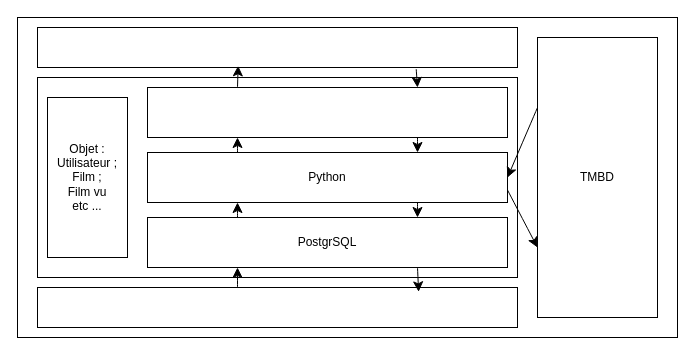
leolrl/Projet2A keeps this draw.io diagram as doc/DiagrammeDeCouche.drawio. Above is the earlier version. Source tidied: cells renumbered, new cells numbered last; positions are measured from the earlier drawing's top-left corner, leaving out a move shared by most shapes. Both pictures are drawn from the tidied source at 100%, with x=0, y=0 at pixel (17, 17).
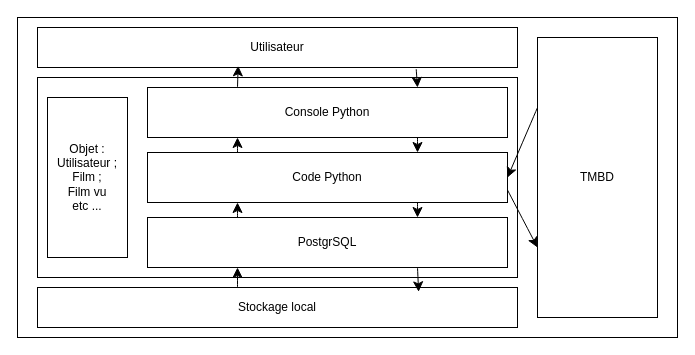
Above is the later version.

Commit message (it also covers changes not shown here):
Mettre à jour DiagrammeDeCouche.drawio

What changed in the source:
```diff
@@
-    <mxCell id="4" style="rounded=0;whiteSpace=wrap;html=1;" parent="1" vertex="1">
+    <mxCell id="4" value="Utilisateur" style="rounded=0;whiteSpace=wrap;html=1;" parent="1" vertex="1">
       <mxGeometry x="20" y="10" width="480" height="40" as="geometry" />
     </mxCell>
-    <mxCell id="5" style="rounded=0;whiteSpace=wrap;html=1;" parent="1" vertex="1">
+    <mxCell id="5" value="Stockage local" style="rounded=0;whiteSpace=wrap;html=1;" parent="1" vertex="1">
       <mxGeometry x="20" y="270" width="480" height="40" as="geometry" />
     </mxCell>
@@
-    <mxCell id="9" style="rounded=0;whiteSpace=wrap;html=1;" parent="1" vertex="1">
+    <mxCell id="9" value="Console Python" style="rounded=0;whiteSpace=wrap;html=1;" parent="1" vertex="1">
       <mxGeometry x="130" y="70" width="360" height="50" as="geometry" />
     </mxCell>
@@
-    <mxCell id="13" value="Python" style="rounded=0;whiteSpace=wrap;html=1;" parent="1" vertex="1">
+    <mxCell id="13" value="Code Python" style="rounded=0;whiteSpace=wrap;html=1;" parent="1" vertex="1">
       <mxGeometry x="130" y="135" width="360" height="50" as="geometry" />
     </mxCell>
```
